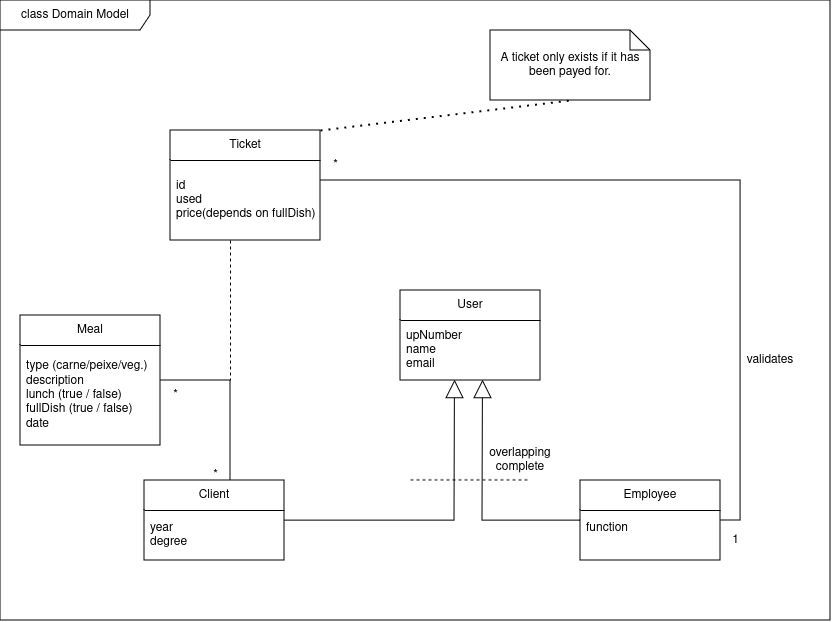
Before: images/DomainModel.png, a diagram exported from draw.io (g0ncal0/esof_quickFork). Source tidied: cells renumbered, new cells last; positions are measured from the earlier drawing's top-left corner, leaving out a move shared by most shapes.
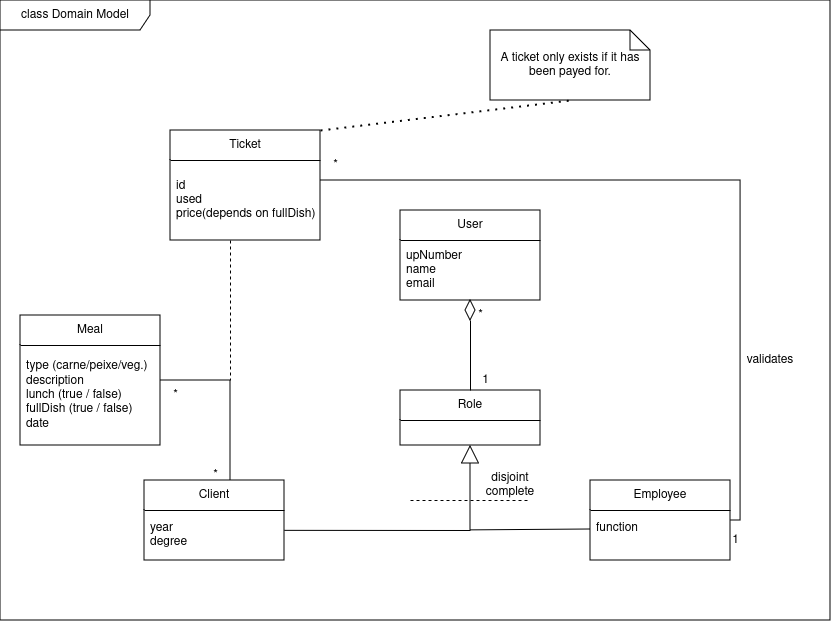
The same file after the commit.

Diff of the diagram source:
```diff
@@ -9,13 +9,13 @@
       <mxGeometry y="30" width="150" height="80" as="geometry" />
     </mxCell>
     <mxCell id="4" value="User" style="swimlane;fontStyle=0;horizontal=1;startSize=30;whiteSpace=wrap;html=1;" parent="1" vertex="1">
-      <mxGeometry x="400" y="290" width="140" height="90" as="geometry" />
+      <mxGeometry x="400" y="210" width="140" height="90" as="geometry" />
     </mxCell>
     <mxCell id="5" value="upNumber&lt;br&gt;name&lt;br&gt;email" style="text;strokeColor=none;fillColor=none;align=left;verticalAlign=middle;spacingLeft=4;spacingRight=4;overflow=hidden;points=[[0,0.5],[1,0.5]];portConstraint=eastwest;whiteSpace=wrap;html=1;" parent="4" vertex="1">
       <mxGeometry y="30" width="140" height="60" as="geometry" />
     </mxCell>
     <mxCell id="6" value="Employee" style="swimlane;fontStyle=0;horizontal=1;startSize=30;whiteSpace=wrap;html=1;" parent="1" vertex="1">
-      <mxGeometry x="580" y="480" width="140" height="80" as="geometry" />
+      <mxGeometry x="590" y="480" width="140" height="80" as="geometry" />
     </mxCell>
     <mxCell id="7" value="function&lt;div&gt;&lt;br&gt;&lt;/div&gt;" style="text;strokeColor=none;fillColor=none;align=left;verticalAlign=middle;spacingLeft=4;spacingRight=4;overflow=hidden;whiteSpace=wrap;html=1;" parent="6" vertex="1">
       <mxGeometry y="30" width="140" height="50" as="geometry" />
@@ -49,26 +49,12 @@
     <mxCell id="15" value="1" style="text;html=1;align=center;verticalAlign=middle;strokeColor=none;fillColor=none;" parent="1" vertex="1">
       <mxGeometry x="720" y="525" width="30" height="30" as="geometry" />
     </mxCell>
-    <mxCell id="16" style="endArrow=block;endSize=16;endFill=0;html=1;rounded=0;entryX=0.389;entryY=0.992;entryDx=0;entryDy=0;entryPerimeter=0;" parent="1" edge="1" source="8" target="5">
-      <mxGeometry relative="1" as="geometry">
-        <Array as="points">
-          <mxPoint x="454" y="520" />
-        </Array>
-      </mxGeometry>
-    </mxCell>
     <mxCell id="17" value="A ticket only exists if it has been payed for." style="shape=note;size=20;whiteSpace=wrap;html=1;" parent="1" vertex="1">
       <mxGeometry x="490" y="30" width="160" height="70" as="geometry" />
     </mxCell>
     <mxCell id="18" style="endArrow=none;dashed=1;html=1;dashPattern=1 3;strokeWidth=2;rounded=0;exitX=1;exitY=0;exitDx=0;exitDy=0;entryX=0.5;entryY=1;entryDx=0;entryDy=0;entryPerimeter=0;" parent="1" edge="1" source="2" target="17">
       <mxGeometry relative="1" as="geometry" />
     </mxCell>
-    <mxCell id="19" style="endArrow=block;endSize=16;endFill=0;html=1;rounded=0;entryX=0.589;entryY=0.992;entryDx=0;entryDy=0;entryPerimeter=0;" parent="1" edge="1" source="6" target="5">
-      <mxGeometry relative="1" as="geometry">
-        <Array as="points">
-          <mxPoint x="482" y="520" />
-        </Array>
-      </mxGeometry>
-    </mxCell>
     <mxCell id="20" value="class Domain Model" style="shape=umlFrame;whiteSpace=wrap;html=1;width=150;height=30;" parent="1" vertex="1">
       <mxGeometry width="830" height="620" as="geometry" />
     </mxCell>
@@ -96,12 +82,40 @@
     </mxCell>
     <mxCell id="25" style="endArrow=none;dashed=1;html=1;rounded=0;" parent="1" edge="1">
       <mxGeometry relative="1" as="geometry">
-        <mxPoint x="410" y="479.4" as="sourcePoint" />
-        <mxPoint x="530" y="479.4" as="targetPoint" />
+        <mxPoint x="410" y="500" as="sourcePoint" />
+        <mxPoint x="530" y="500" as="targetPoint" />
       </mxGeometry>
     </mxCell>
-    <mxCell id="26" value="&lt;div&gt;overlapping&lt;/div&gt;&lt;div&gt;complete&lt;br&gt;&lt;/div&gt;" style="text;html=1;align=center;verticalAlign=middle;whiteSpace=wrap;rounded=0;" parent="1" vertex="1">
-      <mxGeometry x="490" y="445" width="60" height="30" as="geometry" />
+    <mxCell id="26" value="disjoint complete" style="text;html=1;align=center;verticalAlign=middle;whiteSpace=wrap;rounded=0;" parent="1" vertex="1">
+      <mxGeometry x="480" y="470" width="60" height="30" as="geometry" />
     </mxCell>
+    <mxCell id="27" value="Role" style="swimlane;fontStyle=0;horizontal=1;startSize=30;whiteSpace=wrap;html=1;" parent="1" vertex="1">
+      <mxGeometry x="400" y="390" width="140" height="55" as="geometry" />
+    </mxCell>
+    <mxCell id="28" style="endArrow=block;endSize=16;endFill=0;html=1;rounded=0;entryX=0.5;entryY=1;entryDx=0;entryDy=0;exitX=-0.003;exitY=0.383;exitDx=0;exitDy=0;exitPerimeter=0;" parent="1" edge="1" target="27">
+      <mxGeometry relative="1" as="geometry">
+        <mxPoint x="589.6" y="529.1" as="sourcePoint" />
+        <Array as="points">
+          <mxPoint x="470" y="530" />
+        </Array>
+      </mxGeometry>
+    </mxCell>
+    <mxCell id="29" style="endArrow=none;html=1;rounded=0;exitX=0.999;exitY=0.397;exitDx=0;exitDy=0;exitPerimeter=0;" parent="1" edge="1" source="9">
+      <mxGeometry relative="1" as="geometry">
+        <mxPoint x="470" y="530" as="targetPoint" />
+      </mxGeometry>
+    </mxCell>
+    <mxCell id="30" style="endArrow=none;html=1;rounded=0;exitX=0.5;exitY=0;exitDx=0;exitDy=0;" parent="1" edge="1" source="27" target="31">
+      <mxGeometry relative="1" as="geometry" />
+    </mxCell>
+    <mxCell id="31" style="rhombus;whiteSpace=wrap;html=1;" parent="1" vertex="1">
+      <mxGeometry x="465" y="300" width="10" height="20" as="geometry" />
+    </mxCell>
+    <mxCell id="32" value="*" style="text;html=1;align=center;verticalAlign=middle;strokeColor=none;fillColor=none;" parent="1" vertex="1">
+      <mxGeometry x="465" y="300" width="30" height="30" as="geometry" />
+    </mxCell>
+    <mxCell id="33" value="1" style="text;html=1;align=center;verticalAlign=middle;strokeColor=none;fillColor=none;" parent="1" vertex="1">
+      <mxGeometry x="470" y="365" width="30" height="30" as="geometry" />
+    </mxCell>
   </root>
 </mxGraphModel>
```
